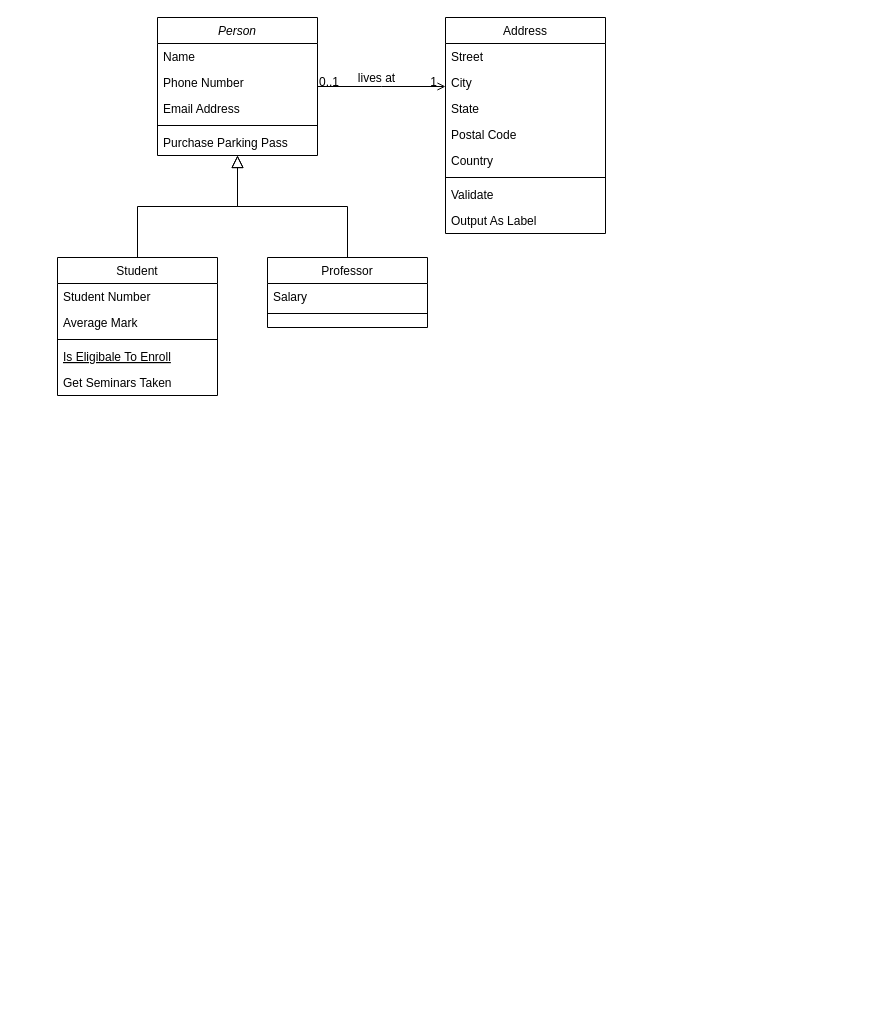
Before: Untitled Diagram.drawio in mondris360/Decagon-Bootcamp, a draw.io diagram. Source tidied: cells renumbered, new cells numbered last; positions are measured from the earlier drawing's top-left corner, leaving out a move shared by most shapes. Both pictures are drawn from the tidied source at 100%, with x=0, y=0 at pixel (57, 17).
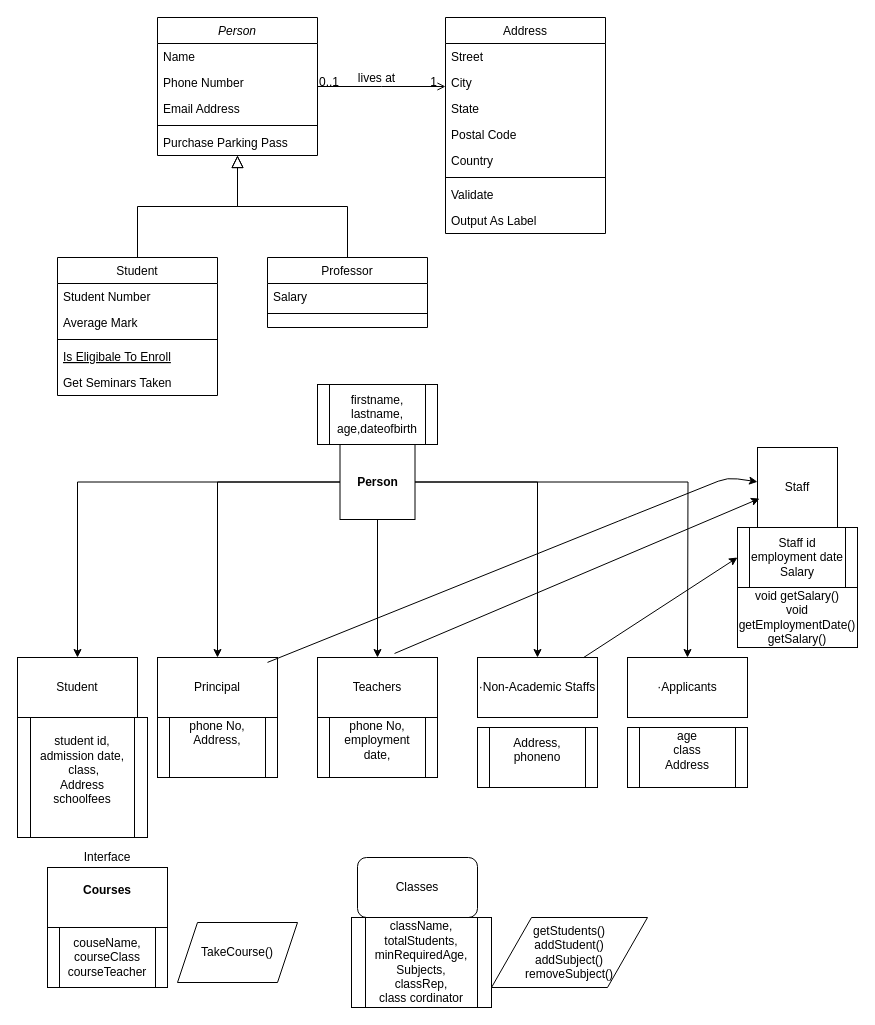
After the change.

What changed in the source:
```diff
@@
+    <mxCell id="32" style="edgeStyle=orthogonalEdgeStyle;rounded=0;jettySize=auto;html=1;" parent="1" edge="1" source="37" target="38">
+      <mxGeometry relative="1" as="geometry" />
+    </mxCell>
+    <mxCell id="33" style="edgeStyle=orthogonalEdgeStyle;rounded=0;jettySize=auto;html=1;entryX=0.5;entryY=0;entryDx=0;entryDy=0;" parent="1" edge="1" source="37" target="39">
+      <mxGeometry relative="1" as="geometry" />
+    </mxCell>
+    <mxCell id="34" style="edgeStyle=orthogonalEdgeStyle;rounded=0;jettySize=auto;html=1;" parent="1" edge="1" source="37" target="40">
+      <mxGeometry relative="1" as="geometry" />
+    </mxCell>
+    <mxCell id="35" style="edgeStyle=orthogonalEdgeStyle;rounded=0;jettySize=auto;html=1;" parent="1" edge="1" source="37" target="41">
+      <mxGeometry relative="1" as="geometry" />
+    </mxCell>
+    <mxCell id="36" style="edgeStyle=orthogonalEdgeStyle;rounded=0;jettySize=auto;html=1;" parent="1" edge="1" source="37">
+      <mxGeometry relative="1" as="geometry">
+        <mxPoint x="630" y="640" as="targetPoint" />
+      </mxGeometry>
+    </mxCell>
+    <mxCell id="37" value="&lt;b&gt;Person&lt;/b&gt;" style="whiteSpace=wrap;html=1;" parent="1" vertex="1">
+      <mxGeometry x="282.5" y="427" width="75" height="75" as="geometry" />
+    </mxCell>
+    <mxCell id="38" value="Student" style="whiteSpace=wrap;html=1;" parent="1" vertex="1">
+      <mxGeometry x="-40" y="640" width="120" height="60" as="geometry" />
+    </mxCell>
+    <mxCell id="39" value="Principal" style="whiteSpace=wrap;html=1;" parent="1" vertex="1">
+      <mxGeometry x="100" y="640" width="120" height="60" as="geometry" />
+    </mxCell>
+    <mxCell id="40" value="Teachers" style="whiteSpace=wrap;html=1;" parent="1" vertex="1">
+      <mxGeometry x="260" y="640" width="120" height="60" as="geometry" />
+    </mxCell>
+    <mxCell id="41" value="&lt;p&gt;&lt;span lang=&quot;EN-US&quot;&gt;&lt;span&gt;·&lt;/span&gt;&lt;/span&gt;&lt;span lang=&quot;EN-US&quot;&gt;Non-Academic Staffs&lt;/span&gt;&lt;/p&gt;" style="whiteSpace=wrap;html=1;" parent="1" vertex="1">
+      <mxGeometry x="420" y="640" width="120" height="60" as="geometry" />
+    </mxCell>
+    <mxCell id="42" value="&lt;p&gt;&lt;span lang=&quot;EN-US&quot;&gt;&lt;span&gt;·&lt;/span&gt;&lt;/span&gt;&lt;span lang=&quot;EN-US&quot;&gt;Applicants&lt;/span&gt;&lt;/p&gt;" style="rounded=0;whiteSpace=wrap;html=1;" parent="1" vertex="1">
+      <mxGeometry x="570" y="640" width="120" height="60" as="geometry" />
+    </mxCell>
+    <mxCell id="43" value="&lt;div&gt;student id,&lt;/div&gt;&lt;div&gt;admission date,&lt;/div&gt;&lt;div&gt;&amp;nbsp;class,&lt;/div&gt;&lt;div&gt;Address&lt;br&gt;&lt;/div&gt;&lt;div&gt;schoolfees&lt;br&gt;&lt;/div&gt;&lt;div&gt;&lt;br&gt;&lt;/div&gt;" style="shape=process;whiteSpace=wrap;html=1;backgroundOutline=1;" parent="1" vertex="1">
+      <mxGeometry x="-40" y="700" width="130" height="120" as="geometry" />
+    </mxCell>
+    <mxCell id="44" value="firstname, lastname, age,dateofbirth" style="shape=process;whiteSpace=wrap;html=1;backgroundOutline=1;" parent="1" vertex="1">
+      <mxGeometry x="260" y="367" width="120" height="60" as="geometry" />
+    </mxCell>
+    <mxCell id="45" value="&lt;div&gt;phone No,&lt;/div&gt;&lt;div&gt;employment date,&lt;/div&gt;&lt;div&gt;&lt;br&gt;&lt;/div&gt;" style="shape=process;whiteSpace=wrap;html=1;backgroundOutline=1;" parent="1" vertex="1">
+      <mxGeometry x="260" y="700" width="120" height="60" as="geometry" />
+    </mxCell>
+    <mxCell id="46" value="&lt;div&gt;phone No,&lt;/div&gt;&lt;div&gt;Address,&lt;/div&gt;&lt;div&gt;&lt;br&gt;&lt;/div&gt;&lt;div&gt;&lt;br&gt;&lt;/div&gt;" style="shape=process;whiteSpace=wrap;html=1;backgroundOutline=1;" parent="1" vertex="1">
+      <mxGeometry x="100" y="700" width="120" height="60" as="geometry" />
+    </mxCell>
+    <mxCell id="47" value="&lt;div&gt;void getSalary()&lt;/div&gt;&lt;div&gt;void getEmploymentDate()&lt;/div&gt;&lt;div&gt;getSalary()&lt;br&gt;&lt;/div&gt;" style="rounded=0;whiteSpace=wrap;html=1;" parent="1" vertex="1">
+      <mxGeometry x="680" y="570" width="120" height="60" as="geometry" />
+    </mxCell>
+    <mxCell id="48" value="Staff" style="whiteSpace=wrap;html=1;" parent="1" vertex="1">
+      <mxGeometry x="700" y="430" width="80" height="80" as="geometry" />
+    </mxCell>
+    <mxCell id="49" value="&lt;div&gt;Staff id&lt;/div&gt;&lt;div&gt;employment date&lt;/div&gt;&lt;div&gt;Salary&lt;br&gt;&lt;/div&gt;" style="shape=process;whiteSpace=wrap;html=1;backgroundOutline=1;" parent="1" vertex="1">
+      <mxGeometry x="680" y="510" width="120" height="60" as="geometry" />
+    </mxCell>
+    <mxCell id="50" value="&lt;div&gt;Address,&lt;/div&gt;&lt;div&gt;phoneno&lt;/div&gt;&lt;div&gt;&lt;br&gt;&lt;/div&gt;" style="shape=process;whiteSpace=wrap;html=1;backgroundOutline=1;" parent="1" vertex="1">
+      <mxGeometry x="420" y="710" width="120" height="60" as="geometry" />
+    </mxCell>
+    <mxCell id="51" value="&lt;div&gt;age&lt;/div&gt;&lt;div&gt;class&lt;/div&gt;&lt;div&gt;Address&lt;/div&gt;&lt;div&gt;&lt;br&gt;&lt;/div&gt;" style="shape=process;whiteSpace=wrap;html=1;backgroundOutline=1;" parent="1" vertex="1">
+      <mxGeometry x="570" y="710" width="120" height="60" as="geometry" />
+    </mxCell>
+    <mxCell id="52" style="edgeStyle=orthogonalEdgeStyle;rounded=0;jettySize=auto;html=1;exitX=0.5;exitY=0;exitDx=0;exitDy=0;" parent="1" edge="1" source="53">
+      <mxGeometry relative="1" as="geometry">
+        <mxPoint x="360" y="840" as="targetPoint" />
+      </mxGeometry>
+    </mxCell>
+    <mxCell id="53" value="Classes" style="rounded=1;whiteSpace=wrap;html=1;" parent="1" vertex="1">
+      <mxGeometry x="300" y="840" width="120" height="60" as="geometry" />
+    </mxCell>
+    <mxCell id="54" value="&lt;div&gt;className,&lt;/div&gt;&lt;div&gt;totalStudents,&lt;/div&gt;&lt;div&gt;minRequiredAge,&lt;/div&gt;&lt;div&gt;Subjects,&lt;/div&gt;&lt;div&gt;classRep,&lt;/div&gt;&lt;div&gt;class cordinator&lt;br&gt;&lt;/div&gt;" style="shape=process;whiteSpace=wrap;html=1;backgroundOutline=1;" parent="1" vertex="1">
+      <mxGeometry x="294" y="900" width="140" height="90" as="geometry" />
+    </mxCell>
+    <mxCell id="55" value="&lt;div&gt;&lt;br&gt;&lt;/div&gt;&lt;div&gt;getStudents()&lt;/div&gt;&lt;div&gt;addStudent()&lt;/div&gt;&lt;div&gt;addSubject()&lt;/div&gt;&lt;div&gt;removeSubject()&lt;/div&gt;&lt;div&gt;&lt;br&gt;&lt;/div&gt;" style="shape=parallelogram;perimeter=parallelogramPerimeter;whiteSpace=wrap;html=1;fixedSize=1;size=40;" parent="1" vertex="1">
+      <mxGeometry x="434" y="900" width="156" height="70" as="geometry" />
+    </mxCell>
+    <mxCell id="56" value="&lt;div&gt;&lt;br&gt;&lt;/div&gt;&lt;div&gt;&lt;b&gt;Courses&lt;/b&gt;&lt;/div&gt;&lt;br&gt;&lt;div&gt;&lt;br&gt;&lt;/div&gt;" style="rounded=0;whiteSpace=wrap;html=1;" parent="1" vertex="1">
+      <mxGeometry x="-10" y="850" width="120" height="60" as="geometry" />
+    </mxCell>
+    <mxCell id="57" value="&lt;div&gt;couseName,&lt;/div&gt;&lt;div&gt;courseClass&lt;/div&gt;&lt;div&gt;courseTeacher&lt;/div&gt;" style="shape=process;whiteSpace=wrap;html=1;backgroundOutline=1;" parent="1" vertex="1">
+      <mxGeometry x="-10" y="910" width="120" height="60" as="geometry" />
+    </mxCell>
+    <mxCell id="58" value="Interface" style="text;html=1;strokeColor=none;fillColor=none;align=center;verticalAlign=middle;whiteSpace=wrap;rounded=0;" parent="1" vertex="1">
+      <mxGeometry x="10" y="830" width="80" height="20" as="geometry" />
+    </mxCell>
+    <mxCell id="59" value="TakeCourse()" style="shape=parallelogram;perimeter=parallelogramPerimeter;whiteSpace=wrap;html=1;fixedSize=1;" parent="1" vertex="1">
+      <mxGeometry x="120" y="905" width="120" height="60" as="geometry" />
+    </mxCell>
+    <mxCell id="60" style="endArrow=classic;html=1;entryX=0.025;entryY=0.638;entryDx=0;entryDy=0;entryPerimeter=0;exitX=0.642;exitY=-0.067;exitDx=0;exitDy=0;exitPerimeter=0;" parent="1" edge="1" source="40" target="48">
+      <mxGeometry relative="1" as="geometry" />
+    </mxCell>
+    <mxCell id="61" style="endArrow=classic;html=1;entryX=0.025;entryY=0.638;entryDx=0;entryDy=0;entryPerimeter=0;" parent="1" edge="1" source="41">
+      <mxGeometry relative="1" as="geometry">
+        <mxPoint x="680" y="540" as="targetPoint" />
+      </mxGeometry>
+    </mxCell>
+    <mxCell id="62" style="endArrow=classic;html=1;exitX=0.642;exitY=-0.067;exitDx=0;exitDy=0;exitPerimeter=0;" parent="1" edge="1" target="48">
+      <mxGeometry relative="1" as="geometry">
+        <mxPoint x="210" y="644.9" as="sourcePoint" />
+        <Array as="points">
+          <mxPoint x="570" y="500" />
+          <mxPoint x="670" y="460" />
+        </Array>
+      </mxGeometry>
+    </mxCell>
```
